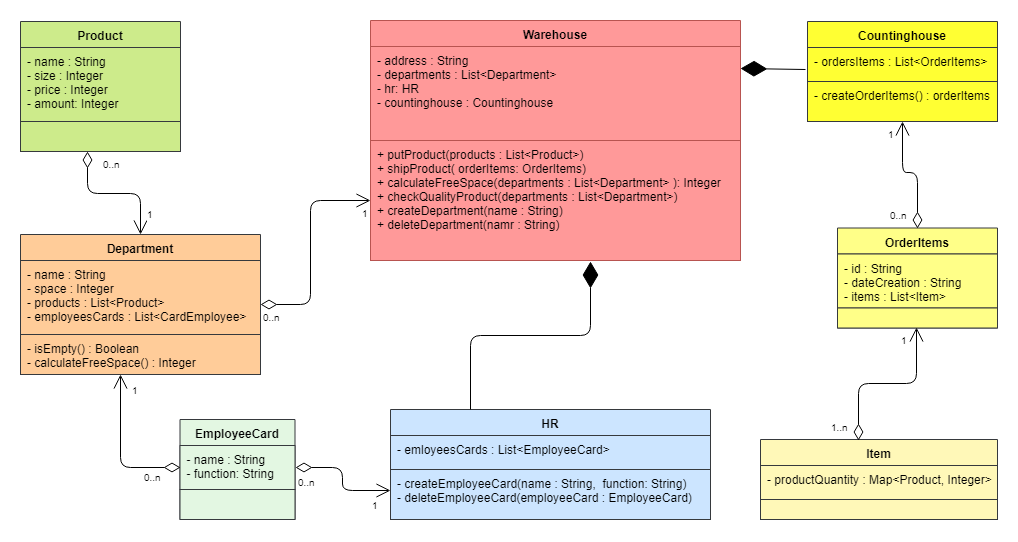
The draw.io diagram Warehouse.png in MaxValencio/task_7_decompose_warehouse, before a commit. Source tidied: cells renumbered, new cells last; positions are measured from the earlier drawing's top-left corner, leaving out a move shared by most shapes.
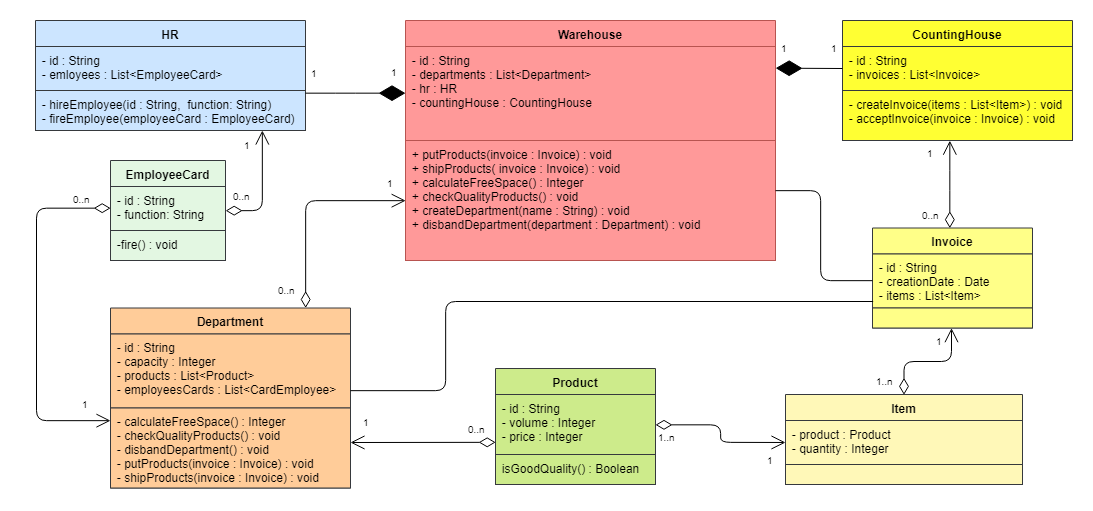
The same diagram one commit later.

Diff of the diagram source:
```diff
@@ -7,6 +7,6 @@
     </mxCell>
-    <mxCell id="3" value="- address : String&#10;- departments : List&lt;Department&gt;&#10;- hr: HR&#10;- countinghouse : Countinghouse&#10;&#10;" style="text;strokeColor=#b85450;fillColor=#FF9999;align=left;verticalAlign=top;spacingLeft=4;spacingRight=4;overflow=hidden;points=[[0,0.5],[1,0.5]];portConstraint=eastwest;" parent="2" vertex="1">
+    <mxCell id="3" value="- id : String&#10;- departments : List&lt;Department&gt;&#10;- hr : HR&#10;- countingHouse : CountingHouse&#10;&#10;" style="text;strokeColor=#b85450;fillColor=#FF9999;align=left;verticalAlign=top;spacingLeft=4;spacingRight=4;overflow=hidden;points=[[0,0.5],[1,0.5]];portConstraint=eastwest;" parent="2" vertex="1">
       <mxGeometry y="26" width="370" height="94" as="geometry" />
     </mxCell>
-    <mxCell id="4" value="+ putProduct(products : List&lt;Product&gt;)&#10;+ shipProduct( orderItems: OrderItems) &#10;+ calculateFreeSpace(departments : List&lt;Department&gt; ): Integer&#10;+ checkQualityProduct(departments : List&lt;Department&gt;) &#10;+ createDepartment(name : String)&#10;+ deleteDepartment(namr : String)&#10;" style="text;strokeColor=#b85450;fillColor=#FF9999;align=left;verticalAlign=top;spacingLeft=4;spacingRight=4;overflow=hidden;points=[[0,0.5],[1,0.5]];portConstraint=eastwest;" parent="2" vertex="1">
+    <mxCell id="4" value="+ putProducts(invoice : Invoice) : void &#10;+ shipProducts( invoice : Invoice) : void&#10;+ calculateFreeSpace() : Integer&#10;+ checkQualityProducts() : void&#10;+ createDepartment(name : String) : void&#10;+ disbandDepartment(department : Department) : void&#10;" style="text;strokeColor=#b85450;fillColor=#FF9999;align=left;verticalAlign=top;spacingLeft=4;spacingRight=4;overflow=hidden;points=[[0,0.5],[1,0.5]];portConstraint=eastwest;" parent="2" vertex="1">
       <mxGeometry y="120" width="370" height="120" as="geometry" />
@@ -14,14 +14,14 @@
     <mxCell id="5" value="Department" style="swimlane;fontStyle=1;align=center;verticalAlign=top;horizontal=1;startSize=26;fillColor=#ffcc99;strokeColor=#36393d;swimlaneFillColor=none;rounded=0;shadow=0;comic=0;glass=0;swimlaneLine=1;" parent="1" vertex="1">
-      <mxGeometry y="214" width="240" height="140" as="geometry" />
+      <mxGeometry x="55" y="287.5" width="240" height="180" as="geometry" />
     </mxCell>
-    <mxCell id="6" value="- name : String&#10;- space : Integer&#10;- products : List&lt;Product&gt;&#10;- employeesCards : List&lt;CardEmployee&gt;" style="text;strokeColor=#36393d;fillColor=#ffcc99;align=left;verticalAlign=top;spacingLeft=4;spacingRight=4;overflow=hidden;points=[[0,0.5],[1,0.5]];portConstraint=eastwest;" parent="5" vertex="1">
+    <mxCell id="6" value="- id : String&#10;- capacity : Integer&#10;- products : List&lt;Product&gt;&#10;- employeesCards : List&lt;CardEmployee&gt;&#10;&#10;" style="text;strokeColor=#36393d;fillColor=#ffcc99;align=left;verticalAlign=top;spacingLeft=4;spacingRight=4;overflow=hidden;points=[[0,0.5],[1,0.5]];portConstraint=eastwest;" parent="5" vertex="1">
       <mxGeometry y="26" width="240" height="74" as="geometry" />
     </mxCell>
-    <mxCell id="7" value="- isEmpty() : Boolean&#10;- calculateFreeSpace() : Integer&#10;" style="text;strokeColor=#36393d;fillColor=#ffcc99;align=left;verticalAlign=top;spacingLeft=4;spacingRight=4;overflow=hidden;points=[[0,0.5],[1,0.5]];portConstraint=eastwest;" parent="5" vertex="1">
-      <mxGeometry y="100" width="240" height="40" as="geometry" />
+    <mxCell id="7" value="- calculateFreeSpace() : Integer&#10;- checkQualityProducts() : void&#10;- disbandDepartment() : void&#10;- putProducts(invoice : Invoice) : void&#10;- shipProducts(invoice : Invoice) : void" style="text;strokeColor=#36393d;fillColor=#ffcc99;align=left;verticalAlign=top;spacingLeft=4;spacingRight=4;overflow=hidden;points=[[0,0.5],[1,0.5]];portConstraint=eastwest;" parent="5" vertex="1">
+      <mxGeometry y="100" width="240" height="80" as="geometry" />
     </mxCell>
-    <mxCell id="8" value="OrderItems" style="swimlane;fontStyle=1;align=center;verticalAlign=top;horizontal=1;startSize=26;rounded=0;shadow=0;glass=0;comic=0;fillColor=#ffff88;strokeColor=#36393d;" parent="1" vertex="1">
+    <mxCell id="8" value="Invoice" style="swimlane;fontStyle=1;align=center;verticalAlign=top;horizontal=1;startSize=26;rounded=0;shadow=0;glass=0;comic=0;fillColor=#ffff88;strokeColor=#36393d;" parent="1" vertex="1">
       <mxGeometry x="817" y="207.5" width="160" height="100" as="geometry" />
     </mxCell>
-    <mxCell id="9" value="- id : String&#10;- dateCreation : String&#10;- items : List&lt;Item&gt;&#10;" style="text;strokeColor=#36393d;fillColor=#ffff88;align=left;verticalAlign=top;spacingLeft=4;spacingRight=4;overflow=hidden;points=[[0,0.5],[1,0.5]];portConstraint=eastwest;" parent="8" vertex="1">
+    <mxCell id="9" value="- id : String&#10;- creationDate : Date&#10;- items : List&lt;Item&gt;&#10;" style="text;strokeColor=#36393d;fillColor=#ffff88;align=left;verticalAlign=top;spacingLeft=4;spacingRight=4;overflow=hidden;points=[[0,0.5],[1,0.5]];portConstraint=eastwest;" parent="8" vertex="1">
       <mxGeometry y="26" width="160" height="54" as="geometry" />
@@ -32,42 +32,49 @@
     <mxCell id="11" value="Product" style="swimlane;fontStyle=1;align=center;verticalAlign=top;horizontal=1;startSize=26;rounded=0;shadow=0;glass=0;comic=0;fillColor=#cdeb8b;strokeColor=#36393d;" parent="1" vertex="1">
-      <mxGeometry y="1" width="160" height="130" as="geometry" />
+      <mxGeometry x="440" y="348" width="160" height="116" as="geometry" />
     </mxCell>
-    <mxCell id="12" value="- name : String&#10;- size : Integer&#10;- price : Integer&#10;- amount: Integer" style="text;strokeColor=#36393d;fillColor=#cdeb8b;align=left;verticalAlign=top;spacingLeft=4;spacingRight=4;overflow=hidden;points=[[0,0.5],[1,0.5]];portConstraint=eastwest;" parent="11" vertex="1">
-      <mxGeometry y="26" width="160" height="74" as="geometry" />
+    <mxCell id="12" value="- id : String&#10;- volume : Integer&#10;- price : Integer&#10;&#10;" style="text;strokeColor=#36393d;fillColor=#cdeb8b;align=left;verticalAlign=top;spacingLeft=4;spacingRight=4;overflow=hidden;points=[[0,0.5],[1,0.5]];portConstraint=eastwest;" parent="11" vertex="1">
+      <mxGeometry y="26" width="160" height="60" as="geometry" />
     </mxCell>
-    <mxCell id="13" style="text;strokeColor=#36393d;fillColor=#cdeb8b;align=left;verticalAlign=top;spacingLeft=4;spacingRight=4;overflow=hidden;points=[[0,0.5],[1,0.5]];portConstraint=eastwest;" parent="11" vertex="1">
-      <mxGeometry y="100" width="160" height="30" as="geometry" />
+    <mxCell id="13" value="isGoodQuality() : Boolean" style="text;strokeColor=#36393d;fillColor=#cdeb8b;align=left;verticalAlign=top;spacingLeft=4;spacingRight=4;overflow=hidden;points=[[0,0.5],[1,0.5]];portConstraint=eastwest;" parent="11" vertex="1">
+      <mxGeometry y="86" width="160" height="30" as="geometry" />
     </mxCell>
-    <mxCell id="14" value="Countinghouse" style="swimlane;fontStyle=1;align=center;verticalAlign=top;horizontal=1;startSize=26;rounded=0;shadow=0;glass=0;comic=0;fillColor=#FFFF33;strokeColor=#36393d;" parent="1" vertex="1">
-      <mxGeometry x="787" y="1" width="190" height="100" as="geometry" />
+    <mxCell id="14" value="CountingHouse" style="swimlane;fontStyle=1;align=center;verticalAlign=top;horizontal=1;startSize=26;rounded=0;shadow=0;glass=0;comic=0;fillColor=#FFFF33;strokeColor=#36393d;" parent="1" vertex="1">
+      <mxGeometry x="787" width="230" height="120" as="geometry" />
     </mxCell>
-    <mxCell id="15" value="- ordersItems : List&lt;OrderItems&gt;&#10;" style="text;strokeColor=#36393d;fillColor=#FFFF33;align=left;verticalAlign=top;spacingLeft=4;spacingRight=4;overflow=hidden;points=[[0,0.5],[1,0.5]];portConstraint=eastwest;" parent="14" vertex="1">
-      <mxGeometry y="26" width="190" height="34" as="geometry" />
+    <mxCell id="15" value="- id : String&#10;- invoices : List&lt;Invoice&gt;&#10;" style="text;strokeColor=#36393d;fillColor=#FFFF33;align=left;verticalAlign=top;spacingLeft=4;spacingRight=4;overflow=hidden;points=[[0,0.5],[1,0.5]];portConstraint=eastwest;" parent="14" vertex="1">
+      <mxGeometry y="26" width="230" height="44" as="geometry" />
     </mxCell>
-    <mxCell id="16" value="- createOrderItems() : orderItems " style="text;strokeColor=#36393d;fillColor=#FFFF33;align=left;verticalAlign=top;spacingLeft=4;spacingRight=4;overflow=hidden;" parent="14" vertex="1">
-      <mxGeometry y="60" width="190" height="40" as="geometry" />
+    <mxCell id="16" value="- createInvoice(items : List&lt;Item&gt;) : void &#10;- acceptInvoice(invoice : Invoice) : void&#10;" style="text;strokeColor=#36393d;fillColor=#FFFF33;align=left;verticalAlign=top;spacingLeft=4;spacingRight=4;overflow=hidden;" parent="14" vertex="1">
+      <mxGeometry y="70" width="230" height="50" as="geometry" />
     </mxCell>
     <mxCell id="17" value="HR" style="swimlane;fontStyle=1;align=center;verticalAlign=top;horizontal=1;startSize=26;rounded=0;shadow=0;glass=0;comic=0;fillColor=#cce5ff;strokeColor=#36393d;" parent="1" vertex="1">
-      <mxGeometry x="370" y="389" width="320" height="110" as="geometry" />
+      <mxGeometry x="-20" width="270" height="110" as="geometry" />
     </mxCell>
-    <mxCell id="18" value="- emloyeesCards : List&lt;EmployeeCard&gt;&#10;" style="text;strokeColor=#36393d;fillColor=#cce5ff;align=left;verticalAlign=top;spacingLeft=4;spacingRight=4;overflow=hidden;" parent="17" vertex="1">
-      <mxGeometry y="26" width="320" height="34" as="geometry" />
+    <mxCell id="18" value="- id : String&#10;- emloyees : List&lt;EmployeeCard&gt;&#10;" style="text;strokeColor=#36393d;fillColor=#cce5ff;align=left;verticalAlign=top;spacingLeft=4;spacingRight=4;overflow=hidden;" parent="17" vertex="1">
+      <mxGeometry y="26" width="270" height="44" as="geometry" />
     </mxCell>
-    <mxCell id="19" value="- createEmployeeCard(name : String,  function: String)&#10;- deleteEmployeeCard(employeeCard : EmployeeCard)&#10;" style="text;strokeColor=#36393d;fillColor=#cce5ff;align=left;verticalAlign=top;spacingLeft=4;spacingRight=4;overflow=hidden;points=[[0,0.5],[1,0.5]];portConstraint=eastwest;" parent="17" vertex="1">
-      <mxGeometry y="60" width="320" height="50" as="geometry" />
+    <mxCell id="19" value="- hireEmployee(id : String,  function: String)&#10;- fireEmployee(employeeCard : EmployeeCard)&#10;" style="text;strokeColor=#36393d;fillColor=#cce5ff;align=left;verticalAlign=top;spacingLeft=4;spacingRight=4;overflow=hidden;points=[[0,0.5],[1,0.5]];portConstraint=eastwest;" parent="17" vertex="1">
+      <mxGeometry y="70" width="270" height="40" as="geometry" />
     </mxCell>
     <mxCell id="20" value="EmployeeCard" style="swimlane;fontStyle=1;align=center;verticalAlign=top;horizontal=1;startSize=26;rounded=0;shadow=0;glass=0;comic=0;fillColor=#E3F7E2;strokeColor=#36393d;" parent="1" vertex="1">
-      <mxGeometry x="159.5" y="399" width="115" height="100" as="geometry" />
+      <mxGeometry x="55" y="140" width="115" height="100" as="geometry" />
     </mxCell>
-    <mxCell id="21" value="- name : String&#10;- function: String&#10;" style="text;strokeColor=#36393d;fillColor=#E3F7E2;align=left;verticalAlign=top;spacingLeft=4;spacingRight=4;overflow=hidden;points=[[0,0.5],[1,0.5]];portConstraint=eastwest;" parent="20" vertex="1">
+    <mxCell id="21" value="- id : String&#10;- function: String&#10;" style="text;strokeColor=#36393d;fillColor=#E3F7E2;align=left;verticalAlign=top;spacingLeft=4;spacingRight=4;overflow=hidden;points=[[0,0.5],[1,0.5]];portConstraint=eastwest;" parent="20" vertex="1">
       <mxGeometry y="26" width="115" height="44" as="geometry" />
     </mxCell>
-    <mxCell id="22" style="text;strokeColor=#36393d;fillColor=#E3F7E2;align=left;verticalAlign=top;spacingLeft=4;spacingRight=4;overflow=hidden;" parent="20" vertex="1">
+    <mxCell id="22" value="-fire() : void" style="text;strokeColor=#36393d;fillColor=#E3F7E2;align=left;verticalAlign=top;spacingLeft=4;spacingRight=4;overflow=hidden;" parent="20" vertex="1">
       <mxGeometry y="70" width="115" height="30" as="geometry" />
     </mxCell>
-    <mxCell id="23" style="endArrow=diamondThin;endFill=1;endSize=24;html=1;exitX=0.25;exitY=0;exitDx=0;exitDy=0;entryX=0.595;entryY=1.008;entryDx=0;entryDy=0;entryPerimeter=0;edgeStyle=orthogonalEdgeStyle;" parent="1" edge="1" source="17" target="4">
-      <mxGeometry relative="1" as="geometry" />
+    <mxCell id="23" style="endArrow=diamondThin;endFill=1;endSize=24;html=1;edgeStyle=orthogonalEdgeStyle;" parent="1" edge="1" source="19" target="3">
+      <mxGeometry relative="1" as="geometry">
+        <Array as="points">
+          <mxPoint x="290" y="73" />
+          <mxPoint x="290" y="73" />
+        </Array>
+      </mxGeometry>
     </mxCell>
-    <mxCell id="24" style="endArrow=diamondThin;endFill=1;endSize=24;html=1;entryX=1;entryY=0.234;entryDx=0;entryDy=0;entryPerimeter=0;exitX=-0.009;exitY=0.635;exitDx=0;exitDy=0;exitPerimeter=0;" parent="1" edge="1" source="15" target="3">
-      <mxGeometry relative="1" as="geometry" />
+    <mxCell id="24" style="endArrow=diamondThin;endFill=1;endSize=24;html=1;entryX=1;entryY=0.234;entryDx=0;entryDy=0;entryPerimeter=0;" parent="1" edge="1" target="3">
+      <mxGeometry relative="1" as="geometry">
+        <mxPoint x="787" y="48" as="sourcePoint" />
+      </mxGeometry>
     </mxCell>
@@ -76,3 +83,4 @@
         <Array as="points">
-          <mxPoint x="100" y="447" />
+          <mxPoint x="-19" y="188" />
+          <mxPoint x="-19" y="400" />
         </Array>
@@ -82,3 +90,3 @@
       <mxGeometry x="-1" relative="1" as="geometry">
-        <mxPoint x="-39.5" y="-3" as="offset" />
+        <mxPoint x="-40" y="-22" as="offset" />
       </mxGeometry>
@@ -87,7 +95,9 @@
       <mxGeometry x="1" relative="1" as="geometry">
-        <mxPoint x="20" y="2.5" as="offset" />
+        <mxPoint x="-20.5" y="-29.5" as="offset" />
       </mxGeometry>
     </mxCell>
-    <mxCell id="28" style="endArrow=open;html=1;endSize=12;startArrow=diamondThin;startSize=14;startFill=0;edgeStyle=orthogonalEdgeStyle;entryX=0.5;entryY=0;entryDx=0;entryDy=0;exitX=0.419;exitY=1;exitDx=0;exitDy=0;exitPerimeter=0;" parent="1" edge="1" source="13" target="5">
-      <mxGeometry relative="1" as="geometry" />
+    <mxCell id="28" style="endArrow=open;html=1;endSize=12;startArrow=diamondThin;startSize=14;startFill=0;exitX=0;exitY=0.8;exitDx=0;exitDy=0;exitPerimeter=0;" parent="1" edge="1" source="12">
+      <mxGeometry relative="1" as="geometry">
+        <mxPoint x="295" y="422" as="targetPoint" />
+      </mxGeometry>
     </mxCell>
@@ -95,3 +105,3 @@
       <mxGeometry x="-1" relative="1" as="geometry">
-        <mxPoint x="13" as="offset" />
+        <mxPoint x="-30" y="-26" as="offset" />
       </mxGeometry>
@@ -100,10 +110,11 @@
       <mxGeometry x="1" relative="1" as="geometry">
-        <mxPoint x="15" y="-33" as="offset" />
+        <mxPoint x="20.5" y="-33" as="offset" />
       </mxGeometry>
     </mxCell>
-    <mxCell id="31" style="endArrow=open;html=1;endSize=12;startArrow=diamondThin;startSize=14;startFill=0;edgeStyle=orthogonalEdgeStyle;exitX=0.5;exitY=0;exitDx=0;exitDy=0;entryX=0.5;entryY=1;entryDx=0;entryDy=0;" parent="1" edge="1" source="8" target="14">
+    <mxCell id="31" style="endArrow=open;html=1;endSize=12;startArrow=diamondThin;startSize=14;startFill=0;exitX=0.483;exitY=-0.001;exitDx=0;exitDy=0;edgeStyle=orthogonalEdgeStyle;exitPerimeter=0;" parent="1" edge="1" source="8">
       <mxGeometry x="0.25" y="40" relative="1" as="geometry">
+        <mxPoint x="894" y="120" as="targetPoint" />
         <Array as="points">
-          <mxPoint x="897" y="152" />
-          <mxPoint x="882" y="152" />
+          <mxPoint x="894" y="160" />
+          <mxPoint x="894" y="160" />
         </Array>
@@ -118,10 +129,9 @@
       <mxGeometry x="1" relative="1" as="geometry">
-        <mxPoint x="-6.5" as="offset" />
+        <mxPoint x="-14.5" as="offset" />
       </mxGeometry>
     </mxCell>
-    <mxCell id="34" style="endArrow=open;html=1;endSize=12;startArrow=diamondThin;startSize=14;startFill=0;edgeStyle=orthogonalEdgeStyle;entryX=0;entryY=0.5;entryDx=0;entryDy=0;exitX=1;exitY=0.5;exitDx=0;exitDy=0;" parent="1" edge="1" source="5" target="4">
+    <mxCell id="34" style="endArrow=open;html=1;endSize=12;startArrow=diamondThin;startSize=14;startFill=0;edgeStyle=orthogonalEdgeStyle;entryX=0;entryY=0.5;entryDx=0;entryDy=0;" parent="1" edge="1" source="5" target="4">
       <mxGeometry y="20" relative="1" as="geometry">
         <Array as="points">
-          <mxPoint x="290" y="284" />
-          <mxPoint x="290" y="180" />
+          <mxPoint x="250" y="180" />
         </Array>
@@ -130,12 +140,15 @@
     <mxCell id="35" value="0..n" style="html=1;align=left;verticalAlign=top;labelBackgroundColor=#ffffff;fontSize=10;" parent="34" vertex="1">
-      <mxGeometry x="-1" relative="1" as="geometry" />
+      <mxGeometry x="-1" relative="1" as="geometry">
+        <mxPoint x="-30" y="-30" as="offset" />
+      </mxGeometry>
     </mxCell>
     <mxCell id="36" value="1" style="html=1;align=right;verticalAlign=top;labelBackgroundColor=#ffffff;fontSize=10;" parent="34" vertex="1">
-      <mxGeometry x="1" relative="1" as="geometry" />
+      <mxGeometry x="1" relative="1" as="geometry">
+        <mxPoint x="-10" y="-30" as="offset" />
+      </mxGeometry>
     </mxCell>
-    <mxCell id="37" value="&lt;br&gt;&lt;br&gt;" style="endArrow=open;html=1;endSize=12;startArrow=diamondThin;startSize=14;startFill=0;edgeStyle=orthogonalEdgeStyle;exitX=1;exitY=0.5;exitDx=0;exitDy=0;" parent="1" edge="1" source="21" target="19">
+    <mxCell id="37" value="&lt;br&gt;&lt;br&gt;" style="endArrow=open;html=1;endSize=12;startArrow=diamondThin;startSize=14;startFill=0;edgeStyle=orthogonalEdgeStyle;exitX=1;exitY=0.5;exitDx=0;exitDy=0;" parent="1" edge="1" source="20" target="19">
       <mxGeometry relative="1" as="geometry">
         <Array as="points">
-          <mxPoint x="322" y="447" />
-          <mxPoint x="322" y="470" />
+          <mxPoint x="207" y="190" />
         </Array>
@@ -145,3 +158,3 @@
       <mxGeometry x="-1" relative="1" as="geometry">
-        <mxPoint y="2" as="offset" />
+        <mxPoint x="5" y="-27.5" as="offset" />
       </mxGeometry>
@@ -154,11 +167,11 @@
     <mxCell id="40" value="Item" style="swimlane;fontStyle=1;align=center;verticalAlign=top;horizontal=1;startSize=26;rounded=0;shadow=0;glass=0;comic=0;fillColor=#FFF8B8;strokeColor=#36393d;" parent="1" vertex="1">
-      <mxGeometry x="740" y="419" width="237" height="80" as="geometry" />
+      <mxGeometry x="730" y="374" width="237" height="90" as="geometry" />
     </mxCell>
-    <mxCell id="41" value="- productQuantity : Map&lt;Product, Integer&gt;&#10;" style="text;strokeColor=#36393d;fillColor=#FFF8B8;align=left;verticalAlign=top;spacingLeft=4;spacingRight=4;overflow=hidden;" parent="40" vertex="1">
-      <mxGeometry y="26" width="237" height="34" as="geometry" />
+    <mxCell id="41" value="- product : Product&#10;- quantity : Integer&#10;" style="text;strokeColor=#36393d;fillColor=#FFF8B8;align=left;verticalAlign=top;spacingLeft=4;spacingRight=4;overflow=hidden;" parent="40" vertex="1">
+      <mxGeometry y="26" width="237" height="44" as="geometry" />
     </mxCell>
     <mxCell id="42" style="text;strokeColor=#36393d;fillColor=#FFF8B8;align=left;verticalAlign=top;spacingLeft=4;spacingRight=4;overflow=hidden;" parent="40" vertex="1">
-      <mxGeometry y="60" width="237" height="20" as="geometry" />
+      <mxGeometry y="70" width="237" height="20" as="geometry" />
     </mxCell>
-    <mxCell id="43" style="endArrow=open;html=1;endSize=12;startArrow=diamondThin;startSize=14;startFill=0;exitX=0.415;exitY=0.017;exitDx=0;exitDy=0;entryX=0.492;entryY=0.999;entryDx=0;entryDy=0;exitPerimeter=0;entryPerimeter=0;edgeStyle=orthogonalEdgeStyle;" parent="1" edge="1" source="40" target="10">
+    <mxCell id="43" style="endArrow=open;html=1;endSize=12;startArrow=diamondThin;startSize=14;startFill=0;exitX=0.5;exitY=0;exitDx=0;exitDy=0;entryX=0.492;entryY=0.999;entryDx=0;entryDy=0;entryPerimeter=0;edgeStyle=orthogonalEdgeStyle;" parent="1" edge="1" source="40" target="10">
       <mxGeometry x="0.25" y="40" relative="1" as="geometry" />
@@ -175,2 +188,51 @@
     </mxCell>
+    <mxCell id="46" value="1" style="html=1;align=right;verticalAlign=top;labelBackgroundColor=#ffffff;fontSize=10;rotation=0;" parent="1" vertex="1">
+      <mxGeometry x="730" y="65" as="geometry">
+        <mxPoint x="4" y="-50" as="offset" />
+      </mxGeometry>
+    </mxCell>
+    <mxCell id="47" value="1" style="html=1;align=right;verticalAlign=top;labelBackgroundColor=#ffffff;fontSize=10;rotation=0;" parent="1" vertex="1">
+      <mxGeometry x="260" y="81" as="geometry">
+        <mxPoint x="4" y="-41" as="offset" />
+      </mxGeometry>
+    </mxCell>
+    <mxCell id="48" value="1" style="html=1;align=right;verticalAlign=top;labelBackgroundColor=#ffffff;fontSize=10;rotation=0;" parent="1" vertex="1">
+      <mxGeometry x="340" y="80" as="geometry">
+        <mxPoint x="4" y="-41" as="offset" />
+      </mxGeometry>
+    </mxCell>
+    <mxCell id="49" style="endArrow=none;html=1;edgeStyle=orthogonalEdgeStyle;" parent="1" edge="1" source="4" target="9">
+      <mxGeometry relative="1" as="geometry">
+        <Array as="points">
+          <mxPoint x="765" y="170" />
+          <mxPoint x="765" y="260" />
+        </Array>
+      </mxGeometry>
+    </mxCell>
+    <mxCell id="50" value="1" style="html=1;align=right;verticalAlign=top;labelBackgroundColor=#ffffff;fontSize=10;rotation=0;" parent="1" vertex="1">
+      <mxGeometry x="780" y="65" as="geometry">
+        <mxPoint x="4" y="-50" as="offset" />
+      </mxGeometry>
+    </mxCell>
+    <mxCell id="51" value="&lt;br&gt;&lt;br&gt;" style="endArrow=open;html=1;endSize=12;startArrow=diamondThin;startSize=14;startFill=0;edgeStyle=orthogonalEdgeStyle;" parent="1" edge="1" source="12">
+      <mxGeometry relative="1" as="geometry">
+        <mxPoint x="730" y="422" as="targetPoint" />
+      </mxGeometry>
+    </mxCell>
+    <mxCell id="52" value="1..n" style="html=1;align=left;verticalAlign=top;labelBackgroundColor=#ffffff;fontSize=10;" parent="51" vertex="1">
+      <mxGeometry x="-1" relative="1" as="geometry" />
+    </mxCell>
+    <mxCell id="53" value="1" style="html=1;align=right;verticalAlign=top;labelBackgroundColor=#ffffff;fontSize=10;" parent="51" vertex="1">
+      <mxGeometry x="1" relative="1" as="geometry">
+        <mxPoint x="-10" y="5.5" as="offset" />
+      </mxGeometry>
+    </mxCell>
+    <mxCell id="54" style="endArrow=none;html=1;edgeStyle=orthogonalEdgeStyle;entryX=0.004;entryY=0.88;entryDx=0;entryDy=0;entryPerimeter=0;" parent="1" edge="1" source="6" target="9">
+      <mxGeometry relative="1" as="geometry">
+        <Array as="points">
+          <mxPoint x="390" y="370" />
+          <mxPoint x="390" y="281" />
+        </Array>
+      </mxGeometry>
+    </mxCell>
   </root>
```
